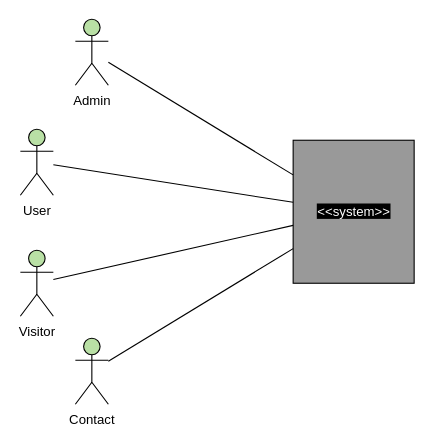
This is Cadrage/context.drawio from JgPhil/Blog, a draw.io file, before an edit. Source tidied: cells renumbered, new cells numbered last; positions are measured from the earlier drawing's top-left corner, leaving out a move shared by most shapes. Both pictures are drawn from the tidied source at 110%, with x=0, y=0 at pixel (20, 19).
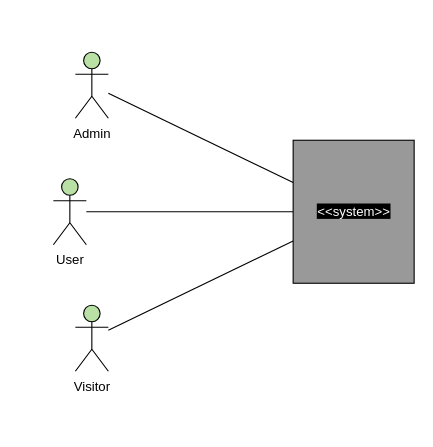
The same diagram, later.

Change to the diagram source:
```diff
@@
 <mxGraphModel>
   <root>
     <mxCell id="0" />
     <mxCell id="1" parent="0" />
     <mxCell id="2" value="&lt;span style=&quot;background-color: rgb(0 , 0 , 0)&quot;&gt;&lt;font color=&quot;#ffffff&quot;&gt;&amp;lt;&amp;lt;system&amp;gt;&amp;gt;&lt;/font&gt;&lt;/span&gt;" style="html=1;fillColor=#999999;" parent="1" vertex="1">
       <mxGeometry x="248" y="110" width="110" height="130" as="geometry" />
     </mxCell>
     <mxCell id="3" value="Admin" style="shape=umlActor;verticalLabelPosition=bottom;labelBackgroundColor=#ffffff;verticalAlign=top;html=1;fillColor=#B9E0A5;" parent="1" vertex="1">
-      <mxGeometry x="50" width="30" height="60" as="geometry" />
+      <mxGeometry x="50" y="30" width="30" height="60" as="geometry" />
     </mxCell>
     <mxCell id="4" value="User" style="shape=umlActor;verticalLabelPosition=bottom;labelBackgroundColor=#ffffff;verticalAlign=top;html=1;fillColor=#B9E0A5;" parent="1" vertex="1">
-      <mxGeometry y="100" width="30" height="60" as="geometry" />
+      <mxGeometry x="30" y="145" width="30" height="60" as="geometry" />
     </mxCell>
     <mxCell id="5" style="endArrow=none;html=1;" parent="1" edge="1" source="3" target="2">
       <mxGeometry relative="1" as="geometry" />
     </mxCell>
     <mxCell id="6" style="endArrow=none;html=1;" parent="1" edge="1" source="4" target="2">
       <mxGeometry relative="1" as="geometry" />
     </mxCell>
-    <mxCell id="7" value="Contact" style="shape=umlActor;verticalLabelPosition=bottom;labelBackgroundColor=#ffffff;verticalAlign=top;html=1;fillColor=#B9E0A5;" parent="1" vertex="1">
-      <mxGeometry x="50" y="290" width="30" height="60" as="geometry" />
-    </mxCell>
-    <mxCell id="8" style="endArrow=none;html=1;" parent="1" edge="1" source="7" target="2">
-      <mxGeometry relative="1" as="geometry" />
-    </mxCell>
     <mxCell id="9" value="Visitor" style="shape=umlActor;verticalLabelPosition=bottom;labelBackgroundColor=#ffffff;verticalAlign=top;html=1;fillColor=#B9E0A5;" parent="1" vertex="1">
-      <mxGeometry y="210" width="30" height="60" as="geometry" />
+      <mxGeometry x="50" y="260" width="30" height="60" as="geometry" />
     </mxCell>
     <mxCell id="10" style="endArrow=none;html=1;" parent="1" edge="1" source="9" target="2">
       <mxGeometry relative="1" as="geometry" />
     </mxCell>
   </root>
 </mxGraphModel>
```
